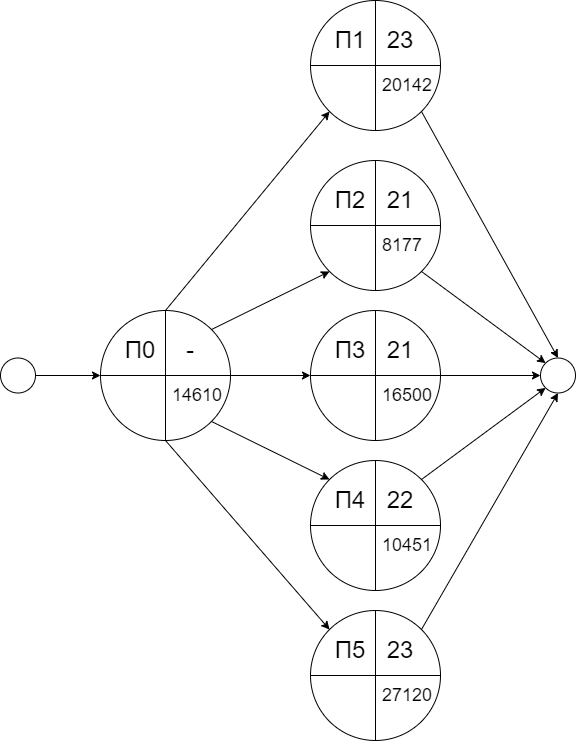
Lenonim/KursPro keeps this draw.io diagram as PASKurs/лабораторные работы/l3/PAS3.3.3.drawio.png. Above is the earlier version. Source tidied: cells renumbered, new cells last; positions are measured from the earlier drawing's top-left corner, leaving out a move shared by most shapes.
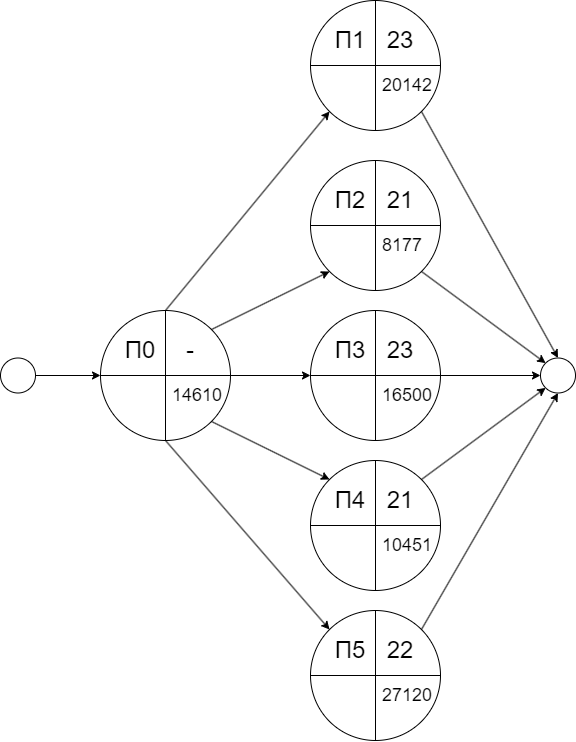
After the commit.

The edit, as a diff of the source:
```diff
@@ -102,7 +102,7 @@
     <mxCell id="25" value="&lt;font style=&quot;font-size: 18px;&quot;&gt;16500&lt;/font&gt;" style="text;html=1;strokeColor=none;fillColor=none;align=left;verticalAlign=middle;whiteSpace=wrap;rounded=0;" parent="1" vertex="1">
       <mxGeometry x="380" y="380" width="60" height="30" as="geometry" />
     </mxCell>
-    <mxCell id="26" value="&lt;span style=&quot;font-size: 24px;&quot;&gt;21&lt;br&gt;&lt;/span&gt;" style="text;html=1;strokeColor=none;fillColor=none;align=center;verticalAlign=middle;whiteSpace=wrap;rounded=0;" parent="1" vertex="1">
+    <mxCell id="26" value="&lt;span style=&quot;font-size: 24px;&quot;&gt;23&lt;br&gt;&lt;/span&gt;" style="text;html=1;strokeColor=none;fillColor=none;align=center;verticalAlign=middle;whiteSpace=wrap;rounded=0;" parent="1" vertex="1">
       <mxGeometry x="380" y="330" width="40" height="40" as="geometry" />
     </mxCell>
     <mxCell id="27" style="ellipse;whiteSpace=wrap;html=1;" parent="1" vertex="1">
@@ -156,7 +156,7 @@
     <mxCell id="43" value="&lt;font style=&quot;font-size: 18px;&quot;&gt;10451&lt;/font&gt;" style="text;html=1;strokeColor=none;fillColor=none;align=left;verticalAlign=middle;whiteSpace=wrap;rounded=0;" parent="1" vertex="1">
       <mxGeometry x="380" y="530" width="60" height="30" as="geometry" />
     </mxCell>
-    <mxCell id="44" value="&lt;span style=&quot;font-size: 24px;&quot;&gt;22&lt;/span&gt;" style="text;html=1;strokeColor=none;fillColor=none;align=center;verticalAlign=middle;whiteSpace=wrap;rounded=0;" parent="1" vertex="1">
+    <mxCell id="44" value="&lt;span style=&quot;font-size: 24px;&quot;&gt;21&lt;/span&gt;" style="text;html=1;strokeColor=none;fillColor=none;align=center;verticalAlign=middle;whiteSpace=wrap;rounded=0;" parent="1" vertex="1">
       <mxGeometry x="380" y="480" width="40" height="40" as="geometry" />
     </mxCell>
     <mxCell id="45" style="ellipse;whiteSpace=wrap;html=1;" parent="1" vertex="1">
@@ -174,7 +174,7 @@
     <mxCell id="49" value="&lt;font style=&quot;font-size: 18px;&quot;&gt;27120&lt;/font&gt;" style="text;html=1;strokeColor=none;fillColor=none;align=left;verticalAlign=middle;whiteSpace=wrap;rounded=0;" parent="1" vertex="1">
       <mxGeometry x="380" y="680" width="60" height="30" as="geometry" />
     </mxCell>
-    <mxCell id="50" value="&lt;span style=&quot;font-size: 24px;&quot;&gt;23&lt;/span&gt;" style="text;html=1;strokeColor=none;fillColor=none;align=center;verticalAlign=middle;whiteSpace=wrap;rounded=0;" parent="1" vertex="1">
+    <mxCell id="50" value="&lt;span style=&quot;font-size: 24px;&quot;&gt;22&lt;/span&gt;" style="text;html=1;strokeColor=none;fillColor=none;align=center;verticalAlign=middle;whiteSpace=wrap;rounded=0;" parent="1" vertex="1">
       <mxGeometry x="380" y="630" width="40" height="40" as="geometry" />
     </mxCell>
   </root>
```
